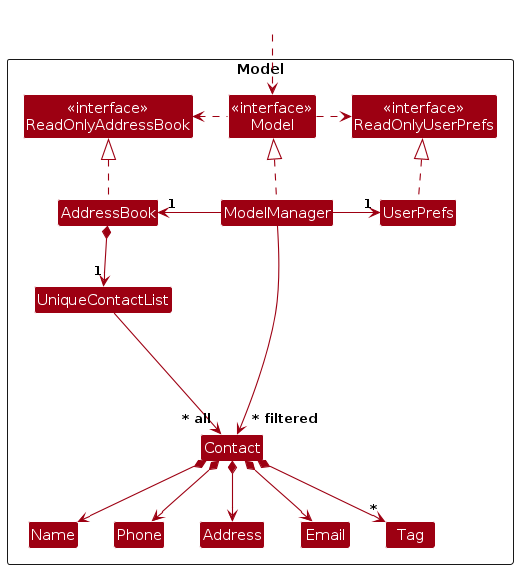
Before: diagrams/ModelClassDiagram.png, a diagram exported from PlantUML (AY2526S2-CS2103T-T10-1/tp). Its source is kept beside it as diagrams/ModelClassDiagram.puml.
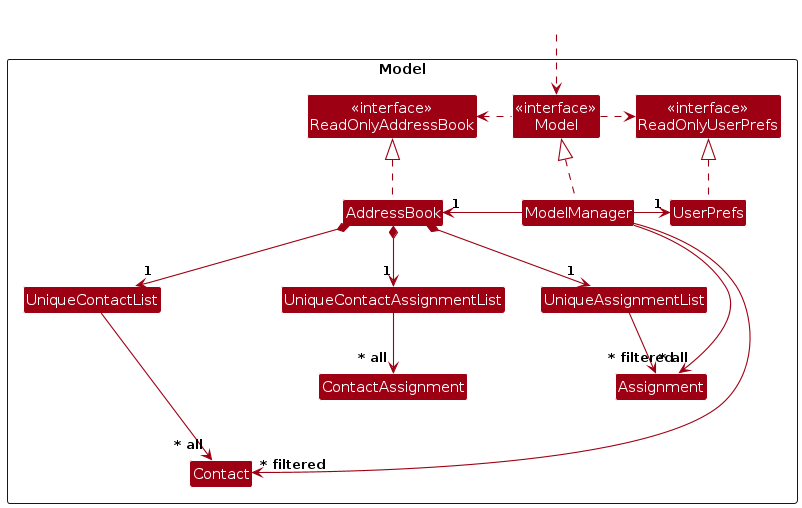
Later version of the same file.

Change to the diagram source:
```diff
@@ -14,11 +14,10 @@
 
 Class UniqueContactList
 Class Contact
-Class Address
-Class Email
-Class Name
-Class Phone
-Class Tag
+Class UniqueAssignmentList
+Class Assignment
+Class UniqueContactAssignmentList
+Class ContactAssignment
 
 Class I #FFFFFF
 }
@@ -35,20 +34,17 @@
 ModelManager -right-> "1" UserPrefs
 UserPrefs .up.|> ReadOnlyUserPrefs
 
-AddressBook *--> "1" UniqueContactList
-UniqueContactList --> "~* all" Contact
-Contact *--> Name
-Contact *--> Phone
-Contact *--> Email
-Contact *--> Address
-Contact *--> "*" Tag
+AddressBook *-down-> "1" UniqueContactList
+AddressBook *--> "1" UniqueAssignmentList
+AddressBook *--> "1" UniqueContactAssignmentList
+UniqueContactList -down-> "~* all" Contact
+UniqueAssignmentList --> "~* all" Assignment
+UniqueContactAssignmentList --> "~* all" ContactAssignment
 
 Contact -[hidden]up--> I
 UniqueContactList -[hidden]right-> I
 
-Name -[hidden]right-> Phone
-Phone -[hidden]right-> Address
-Address -[hidden]right-> Email
+ModelManager --> "~* filtered" Contact
+ModelManager --> "~* filtered" Assignment
 
-ModelManager --> "~* filtered" Contact
 @enduml
```
